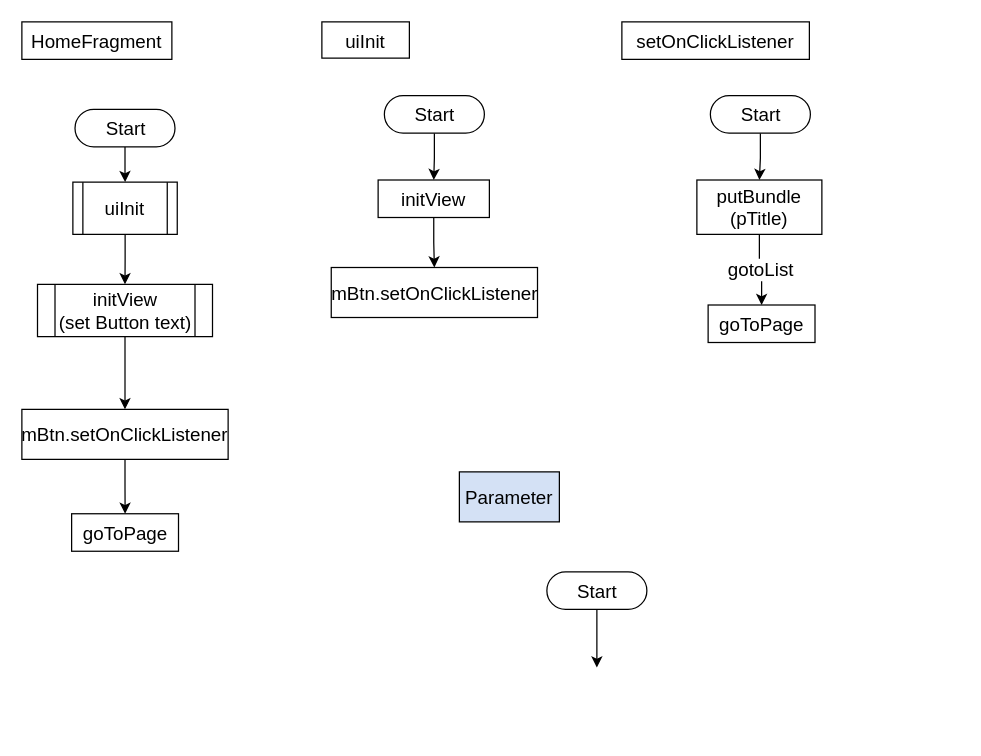
Earlier version of the draw.io diagram page "HomeFragment" (5 of 12) of 一般流程.drawio (ccckyc/draw). Source tidied: cells renumbered, new cells numbered last; positions are measured from the earlier drawing's top-left corner, leaving out a move shared by most shapes. Both pictures are drawn from the tidied source at 125%, with x=0, y=0 at pixel (21, 21).
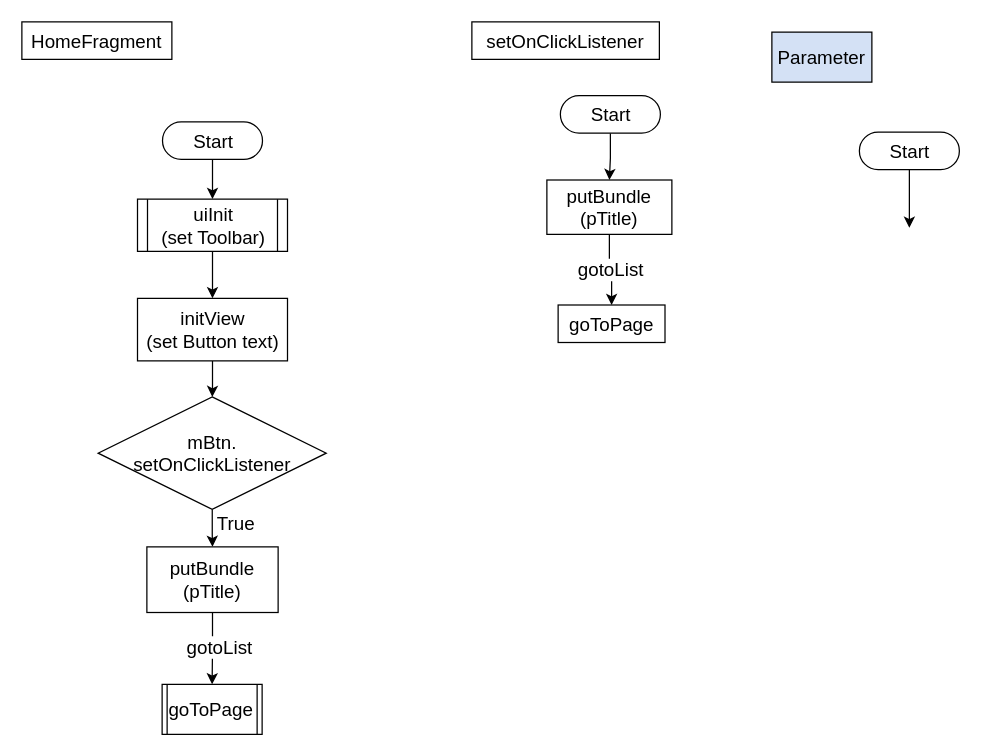
The same diagram, later.

Diff of the diagram source:
```diff
@@
     <mxCell id="4" value="Start" style="html=1;dashed=0;whitespace=wrap;shape=mxgraph.dfd.start;fontStyle=0;fontSize=15;fontFamily=Helvetica;" parent="1" vertex="1">
-      <mxGeometry x="550.8" y="59" width="80" height="30" as="geometry" />
+      <mxGeometry x="430.8" y="59" width="80" height="30" as="geometry" />
     </mxCell>
     <mxCell id="5" value="setOnClickListener" style="whiteSpace=wrap;html=1;dashed=0;fontStyle=0;fontSize=15;fontFamily=Helvetica;" parent="1" vertex="1">
-      <mxGeometry x="480" width="150" height="30" as="geometry" />
+      <mxGeometry x="360" width="150" height="30" as="geometry" />
     </mxCell>
@@
     <mxCell id="7" value="putBundle&lt;br style=&quot;font-size: 15px;&quot;&gt;(pTitle)" style="whiteSpace=wrap;html=1;fontSize=15;dashed=0;fontStyle=0;fontFamily=Helvetica;" parent="1" vertex="1">
-      <mxGeometry x="540" y="126.5" width="100" height="43.5" as="geometry" />
+      <mxGeometry x="420" y="126.5" width="100" height="43.5" as="geometry" />
     </mxCell>
     <mxCell id="8" value="goToPage&lt;br&gt;" style="whiteSpace=wrap;html=1;fontSize=15;dashed=0;fontStyle=0;fontFamily=Helvetica;" parent="1" vertex="1">
-      <mxGeometry x="549" y="226.5" width="85.5" height="30" as="geometry" />
+      <mxGeometry x="429" y="226.5" width="85.5" height="30" as="geometry" />
     </mxCell>
-    <mxCell id="9" value="uiInit" style="whiteSpace=wrap;html=1;fontSize=15;dashed=0;fontStyle=0;fontFamily=Helvetica;" parent="1" vertex="1">
-      <mxGeometry x="240" width="70" height="29" as="geometry" />
-    </mxCell>
-    <mxCell id="10" style="edgeStyle=orthogonalEdgeStyle;rounded=0;jettySize=auto;html=1;fontSize=15;fontFamily=Helvetica;fontStyle=0;" parent="1" edge="1" source="11" target="14">
-      <mxGeometry relative="1" as="geometry" />
-    </mxCell>
-    <mxCell id="11" value="Start" style="html=1;dashed=0;whitespace=wrap;shape=mxgraph.dfd.start;fontStyle=0;fontSize=15;fontFamily=Helvetica;" parent="1" vertex="1">
-      <mxGeometry x="290" y="59" width="80" height="30" as="geometry" />
-    </mxCell>
-    <mxCell id="12" style="edgeStyle=orthogonalEdgeStyle;rounded=0;jettySize=auto;html=1;exitX=0.5;exitY=1;exitDx=0;exitDy=0;fontSize=15;fontFamily=Helvetica;fontStyle=0;" parent="1" edge="1" source="14" target="13">
-      <mxGeometry relative="1" as="geometry" />
-    </mxCell>
-    <mxCell id="13" value="mBtn.setOnClickListener" style="whiteSpace=wrap;html=1;fontSize=15;dashed=0;fontStyle=0;fontFamily=Helvetica;" parent="1" vertex="1">
-      <mxGeometry x="247.5" y="196.5" width="165" height="40" as="geometry" />
-    </mxCell>
-    <mxCell id="14" value="initView" style="whiteSpace=wrap;html=1;fontSize=15;dashed=0;fontStyle=0;fontFamily=Helvetica;" parent="1" vertex="1">
-      <mxGeometry x="285" y="126.5" width="89" height="30" as="geometry" />
-    </mxCell>
@@
     <mxCell id="16" value="Start" style="html=1;dashed=0;whitespace=wrap;shape=mxgraph.dfd.start;fontStyle=0;fontSize=15;fontFamily=Helvetica;" parent="1" vertex="1">
-      <mxGeometry x="42.5" y="70" width="80" height="30" as="geometry" />
+      <mxGeometry x="112.5" y="80" width="80" height="30" as="geometry" />
     </mxCell>
@@
-    <mxCell id="18" style="edgeStyle=orthogonalEdgeStyle;rounded=0;jettySize=auto;html=1;labelBackgroundColor=#FFFFFF;labelBorderColor=none;fontFamily=Helvetica;fontSize=15;fontColor=#000000;strokeColor=#000000;strokeWidth=1;exitX=0.5;exitY=1;exitDx=0;exitDy=0;" parent="1" edge="1" source="26" target="20">
-      <mxGeometry relative="1" as="geometry" />
-    </mxCell>
-    <mxCell id="19" style="edgeStyle=orthogonalEdgeStyle;rounded=0;jettySize=auto;html=1;labelBackgroundColor=#FFFFFF;labelBorderColor=none;fontFamily=Helvetica;fontSize=15;fontColor=#000000;strokeColor=#000000;strokeWidth=1;" parent="1" edge="1" source="20" target="21">
-      <mxGeometry relative="1" as="geometry" />
-    </mxCell>
-    <mxCell id="20" value="mBtn.setOnClickListener" style="whiteSpace=wrap;html=1;fontSize=15;dashed=0;fontStyle=0;fontFamily=Helvetica;" parent="1" vertex="1">
-      <mxGeometry y="310" width="165" height="40" as="geometry" />
-    </mxCell>
-    <mxCell id="21" value="goToPage&lt;br&gt;" style="whiteSpace=wrap;html=1;fontSize=15;dashed=0;fontStyle=0;fontFamily=Helvetica;" parent="1" vertex="1">
-      <mxGeometry x="39.8" y="393.5" width="85.5" height="30" as="geometry" />
-    </mxCell>
     <mxCell id="22" value="Parameter" style="whiteSpace=wrap;html=1;fontSize=15;dashed=0;fontStyle=0;fontFamily=Helvetica;fillColor=#D4E1F5;" parent="1" vertex="1">
-      <mxGeometry x="350" y="360" width="80" height="40" as="geometry" />
+      <mxGeometry x="600" y="8.2" width="80" height="40" as="geometry" />
     </mxCell>
     <mxCell id="23" style="edgeStyle=orthogonalEdgeStyle;rounded=0;jettySize=auto;html=1;fontSize=15;fontFamily=Helvetica;fontStyle=0;" parent="1" edge="1" source="24">
       <mxGeometry relative="1" as="geometry">
-        <mxPoint x="460" y="516.5" as="targetPoint" />
+        <mxPoint x="710" y="164.8" as="targetPoint" />
       </mxGeometry>
     </mxCell>
     <mxCell id="24" value="Start" style="html=1;dashed=0;whitespace=wrap;shape=mxgraph.dfd.start;fontStyle=0;fontSize=15;fontFamily=Helvetica;" parent="1" vertex="1">
-      <mxGeometry x="420" y="440" width="80" height="30" as="geometry" />
+      <mxGeometry x="670" y="88.2" width="80" height="30" as="geometry" />
     </mxCell>
-    <mxCell id="25" value="&lt;span&gt;uiInit&lt;/span&gt;" style="shape=process;whiteSpace=wrap;html=1;backgroundOutline=1;labelBackgroundColor=none;labelBorderColor=none;fontFamily=Helvetica;fontSize=15;fontColor=#000000;strokeWidth=1;fillColor=#FFFFFF;gradientColor=none;" parent="1" vertex="1">
-      <mxGeometry x="40.8" y="128.2" width="83.5" height="41.8" as="geometry" />
+    <mxCell id="25" value="&lt;span&gt;uiInit&lt;br&gt;(set Toolbar)&lt;br&gt;&lt;/span&gt;" style="shape=process;whiteSpace=wrap;html=1;backgroundOutline=1;labelBackgroundColor=none;labelBorderColor=none;fontFamily=Helvetica;fontSize=15;fontColor=#000000;strokeWidth=1;fillColor=#FFFFFF;gradientColor=none;size=0.0625;" parent="1" vertex="1">
+      <mxGeometry x="92.5" y="141.8" width="120" height="41.8" as="geometry" />
     </mxCell>
+    <mxCell id="27" style="edgeStyle=orthogonalEdgeStyle;rounded=0;jettySize=auto;html=1;labelBackgroundColor=#FFFFFF;labelBorderColor=none;fontFamily=Helvetica;fontSize=15;fontColor=#000000;strokeColor=#000000;strokeWidth=1;" parent="1" edge="1" source="26" target="30">
+      <mxGeometry relative="1" as="geometry" />
+    </mxCell>
-    <mxCell id="26" value="initView&lt;br&gt;(set Button text)" style="shape=process;whiteSpace=wrap;html=1;backgroundOutline=1;labelBackgroundColor=none;labelBorderColor=none;fontFamily=Helvetica;fontSize=15;fontColor=#000000;strokeWidth=1;fillColor=#FFFFFF;gradientColor=none;" parent="1" vertex="1">
-      <mxGeometry x="12.5" y="210" width="140" height="41.8" as="geometry" />
+    <mxCell id="26" value="&lt;span&gt;initView&lt;/span&gt;&lt;br&gt;&lt;span&gt;(set Button text)&lt;/span&gt;" style="rounded=0;whiteSpace=wrap;html=1;labelBackgroundColor=none;labelBorderColor=none;fontFamily=Helvetica;fontSize=15;fontColor=#000000;strokeWidth=1;fillColor=#FFFFFF;gradientColor=none;" parent="1" vertex="1">
+      <mxGeometry x="92.5" y="221.2" width="120" height="50" as="geometry" />
     </mxCell>
+    <mxCell id="28" style="edgeStyle=orthogonalEdgeStyle;rounded=0;jettySize=auto;html=1;labelBackgroundColor=#FFFFFF;labelBorderColor=none;fontFamily=Helvetica;fontSize=15;fontColor=#000000;strokeColor=#000000;strokeWidth=1;" parent="1" edge="1" source="30" target="33">
+      <mxGeometry relative="1" as="geometry" />
+    </mxCell>
+    <mxCell id="29" value="True" style="edgeLabel;html=1;align=center;verticalAlign=middle;fontSize=15;fontFamily=Helvetica;fontColor=#000000;" parent="28" vertex="1">
+      <mxGeometry x="-0.3" relative="1" as="geometry">
+        <mxPoint x="18" as="offset" />
+      </mxGeometry>
+    </mxCell>
+    <mxCell id="30" value="mBtn.&lt;br&gt;setOnClickListener" style="rhombus;whiteSpace=wrap;html=1;fontSize=15;fillColor=#FFFFFF;fontColor=#000000;rounded=0;labelBackgroundColor=none;labelBorderColor=none;strokeWidth=1;gradientColor=none;" parent="1" vertex="1">
+      <mxGeometry x="61" y="300" width="182.5" height="90" as="geometry" />
+    </mxCell>
+    <mxCell id="21" value="&lt;span&gt;goToPage&lt;/span&gt;" style="shape=process;whiteSpace=wrap;html=1;backgroundOutline=1;labelBackgroundColor=none;labelBorderColor=none;fontFamily=Helvetica;fontSize=15;fontColor=#000000;strokeWidth=1;fillColor=#FFFFFF;gradientColor=none;size=0.055555616106305904;" parent="1" vertex="1">
+      <mxGeometry x="112.2" y="530" width="80" height="40" as="geometry" />
+    </mxCell>
+    <mxCell id="31" style="edgeStyle=orthogonalEdgeStyle;rounded=0;jettySize=auto;html=1;labelBackgroundColor=#FFFFFF;labelBorderColor=none;fontFamily=Helvetica;fontSize=15;fontColor=#000000;strokeColor=#000000;strokeWidth=1;" parent="1" edge="1" source="33" target="21">
+      <mxGeometry relative="1" as="geometry" />
+    </mxCell>
+    <mxCell id="32" value="gotoList" style="edgeLabel;html=1;align=center;verticalAlign=middle;fontSize=15;fontFamily=Helvetica;fontColor=#000000;" parent="31" vertex="1">
+      <mxGeometry x="-0.33" y="-2" relative="1" as="geometry">
+        <mxPoint x="7" y="8" as="offset" />
+      </mxGeometry>
+    </mxCell>
+    <mxCell id="33" value="&lt;span&gt;putBundle&lt;/span&gt;&lt;br&gt;&lt;span&gt;(pTitle)&lt;/span&gt;" style="whiteSpace=wrap;html=1;fontSize=15;fillColor=#FFFFFF;fontColor=#000000;rounded=0;labelBackgroundColor=none;labelBorderColor=none;strokeWidth=1;gradientColor=none;" parent="1" vertex="1">
+      <mxGeometry x="100" y="420" width="105" height="52.5" as="geometry" />
+    </mxCell>
```
